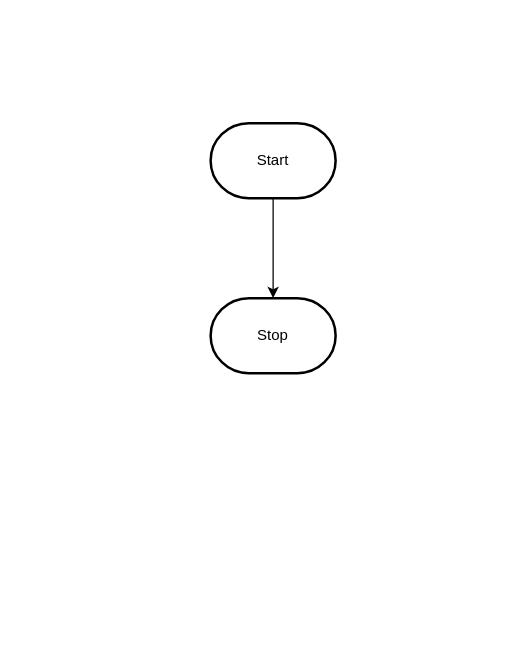
Above: design/flowchart.drawio in MTHS-ICD2O-1-2023/ICD2O-Unit-3-02-icd2o-1-2023 (draw.io), before the change. Source tidied: cells renumbered, new cells numbered last; positions are measured from the earlier drawing's top-left corner, leaving out a move shared by most shapes. Both pictures are drawn from the tidied source at 125%, with x=0, y=0 at pixel (210, 122).
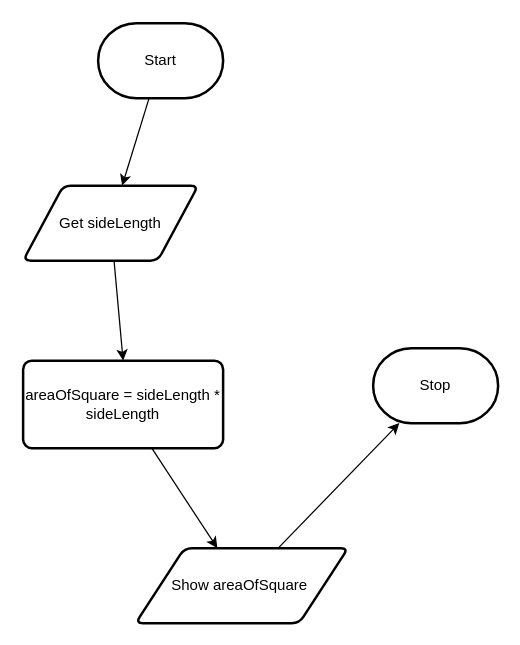
After the change.

Change to the diagram source:
```diff
@@
 <mxGraphModel>
   <root>
     <mxCell id="0" />
     <mxCell id="1" parent="0" />
-    <mxCell id="2" style="edgeStyle=orthogonalEdgeStyle;html=1;rounded=0;" parent="1" edge="1" source="3" target="4">
-      <mxGeometry relative="1" as="geometry" />
-    </mxCell>
+    <mxCell id="5" style="edgeStyle=none;html=1;" parent="1" edge="1" source="3" target="2">
+      <mxGeometry relative="1" as="geometry" />
+    </mxCell>
     <mxCell id="3" value="Start" style="strokeWidth=2;html=1;shape=mxgraph.flowchart.terminator;whiteSpace=wrap;" parent="1" vertex="1">
-      <mxGeometry width="100" height="60" as="geometry" />
+      <mxGeometry x="-90" y="-80" width="100" height="60" as="geometry" />
     </mxCell>
     <mxCell id="4" value="Stop" style="strokeWidth=2;html=1;shape=mxgraph.flowchart.terminator;whiteSpace=wrap;" parent="1" vertex="1">
-      <mxGeometry y="140" width="100" height="60" as="geometry" />
+      <mxGeometry x="130" y="180" width="100" height="60" as="geometry" />
     </mxCell>
+    <mxCell id="6" style="edgeStyle=none;html=1;entryX=0.5;entryY=0;entryDx=0;entryDy=0;" parent="1" edge="1" source="2" target="8">
+      <mxGeometry relative="1" as="geometry" />
+    </mxCell>
+    <mxCell id="2" value="Get sideLength" style="shape=parallelogram;html=1;strokeWidth=2;perimeter=parallelogramPerimeter;whiteSpace=wrap;rounded=1;arcSize=12;size=0.23;" parent="1" vertex="1">
+      <mxGeometry x="-150" y="50" width="140" height="60" as="geometry" />
+    </mxCell>
+    <mxCell id="7" style="edgeStyle=none;html=1;" parent="1" edge="1" source="8" target="10">
+      <mxGeometry relative="1" as="geometry" />
+    </mxCell>
+    <mxCell id="8" value="areaOfSquare = sideLength * sideLength" style="rounded=1;whiteSpace=wrap;html=1;absoluteArcSize=1;arcSize=14;strokeWidth=2;" parent="1" vertex="1">
+      <mxGeometry x="-150" y="190" width="160" height="70" as="geometry" />
+    </mxCell>
+    <mxCell id="9" style="edgeStyle=none;html=1;" parent="1" edge="1" source="10" target="4">
+      <mxGeometry relative="1" as="geometry" />
+    </mxCell>
+    <mxCell id="10" value="Show areaOfSquare&amp;nbsp;" style="shape=parallelogram;html=1;strokeWidth=2;perimeter=parallelogramPerimeter;whiteSpace=wrap;rounded=1;arcSize=12;size=0.23;" parent="1" vertex="1">
+      <mxGeometry x="-60" y="340" width="170" height="60" as="geometry" />
+    </mxCell>
   </root>
 </mxGraphModel>
```
